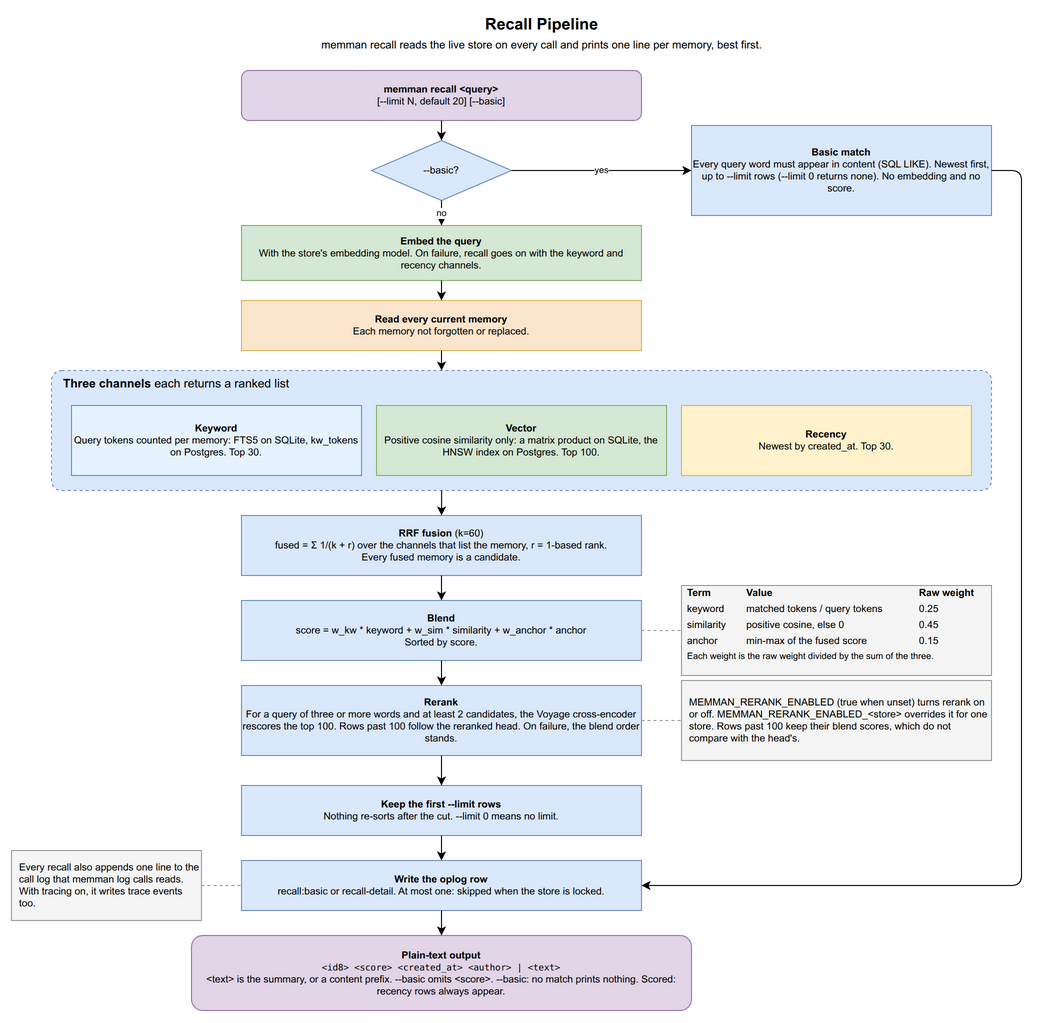
The draw.io diagram docs/diagrams/05-recall-pipeline.drawio.png in bissli/memman, before a commit. Source tidied: cells renumbered, new cells last; positions are measured from the earlier drawing's top-left corner, leaving out a move shared by most shapes.
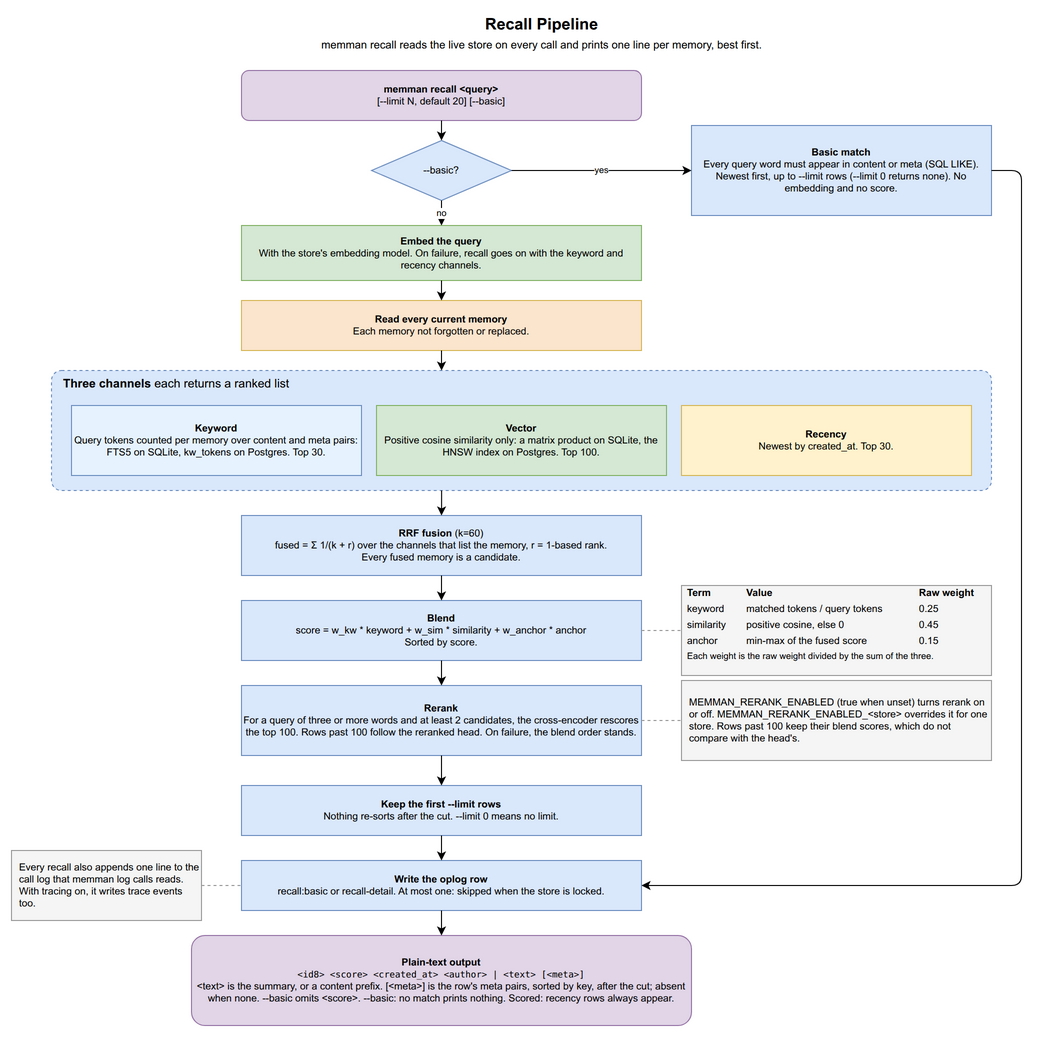
Later version of the same file.

Diff of the diagram source:
```diff
@@ -11,7 +11,7 @@
     <mxCell id="4" value="--basic?" style="rhombus;whiteSpace=wrap;html=1;fillColor=#dae8fc;strokeColor=#6c8ebf;fontSize=10;" parent="1" vertex="1">
       <mxGeometry x="360" y="130" width="140" height="60" as="geometry" />
     </mxCell>
-    <mxCell id="5" value="&lt;b&gt;Basic match&lt;/b&gt;&lt;br&gt;Every query word must appear in content (SQL LIKE). Newest first, up to --limit rows (--limit 0 returns none). No embedding and no score." style="rounded=0;whiteSpace=wrap;html=1;fillColor=#dae8fc;strokeColor=#6c8ebf;fontSize=10;" parent="1" vertex="1">
+    <mxCell id="5" value="&lt;b&gt;Basic match&lt;/b&gt;&lt;br&gt;Every query word must appear in content or meta (SQL LIKE). Newest first, up to --limit rows (--limit 0 returns none). No embedding and no score." style="rounded=0;whiteSpace=wrap;html=1;fillColor=#dae8fc;strokeColor=#6c8ebf;fontSize=10;" parent="1" vertex="1">
       <mxGeometry x="680" y="115" width="300" height="90" as="geometry" />
     </mxCell>
     <mxCell id="6" value="&lt;b&gt;Embed the query&lt;/b&gt;&lt;br&gt;With the store's embedding model. On failure, recall goes on with the keyword and recency channels." style="rounded=0;whiteSpace=wrap;html=1;fillColor=#d5e8d4;strokeColor=#82b366;fontSize=10;" parent="1" vertex="1">
@@ -23,7 +23,7 @@
     <mxCell id="8" value="&lt;b&gt;Three channels&lt;/b&gt;  each returns a ranked list" style="rounded=1;absoluteArcSize=1;arcSize=20;whiteSpace=wrap;html=1;fillColor=#dae8fc;strokeColor=#6c8ebf;verticalAlign=top;fontSize=12;align=left;spacingLeft=10;dashed=1;" parent="1" vertex="1">
       <mxGeometry x="40" y="360" width="940" height="120" as="geometry" />
     </mxCell>
-    <mxCell id="9" value="&lt;b&gt;Keyword&lt;/b&gt;&lt;br&gt;Query tokens counted per memory: FTS5 on SQLite, kw_tokens on Postgres. Top 30." style="rounded=0;whiteSpace=wrap;html=1;fillColor=#E6F3FF;strokeColor=#6c8ebf;fontSize=10;" parent="1" vertex="1">
+    <mxCell id="9" value="&lt;b&gt;Keyword&lt;/b&gt;&lt;br&gt;Query tokens counted per memory over content and meta pairs: FTS5 on SQLite, kw_tokens on Postgres. Top 30." style="rounded=0;whiteSpace=wrap;html=1;fillColor=#E6F3FF;strokeColor=#6c8ebf;fontSize=10;" parent="1" vertex="1">
       <mxGeometry x="60" y="395" width="290" height="70" as="geometry" />
     </mxCell>
     <mxCell id="10" value="&lt;b&gt;Vector&lt;/b&gt;&lt;br&gt;Positive cosine similarity only: a matrix product on SQLite, the HNSW index on Postgres. Top 100." style="rounded=0;whiteSpace=wrap;html=1;fillColor=#d5e8d4;strokeColor=#82b366;fontSize=10;" parent="1" vertex="1">
@@ -41,7 +41,7 @@
     <mxCell id="14" value="&lt;table style=&quot;font-size:10px; border-collapse:collapse; width:100%&quot;&gt;&lt;tr style=&quot;font-weight:bold;&quot;&gt;&lt;td style=&quot;padding:2px 6px;&quot;&gt;Term&lt;/td&gt;&lt;td style=&quot;padding:2px 6px;&quot;&gt;Value&lt;/td&gt;&lt;td style=&quot;padding:2px 6px;&quot;&gt;Raw weight&lt;/td&gt;&lt;/tr&gt;&lt;tr&gt;&lt;td style=&quot;padding:2px 6px;&quot;&gt;keyword&lt;/td&gt;&lt;td style=&quot;padding:2px 6px;&quot;&gt;matched tokens / query tokens&lt;/td&gt;&lt;td style=&quot;padding:2px 6px;&quot;&gt;0.25&lt;/td&gt;&lt;/tr&gt;&lt;tr&gt;&lt;td style=&quot;padding:2px 6px;&quot;&gt;similarity&lt;/td&gt;&lt;td style=&quot;padding:2px 6px;&quot;&gt;positive cosine, else 0&lt;/td&gt;&lt;td style=&quot;padding:2px 6px;&quot;&gt;0.45&lt;/td&gt;&lt;/tr&gt;&lt;tr&gt;&lt;td style=&quot;padding:2px 6px;&quot;&gt;anchor&lt;/td&gt;&lt;td style=&quot;padding:2px 6px;&quot;&gt;min-max of the fused score&lt;/td&gt;&lt;td style=&quot;padding:2px 6px;&quot;&gt;0.15&lt;/td&gt;&lt;/tr&gt;&lt;/table&gt;&lt;div style=&quot;font-size:9px; padding:2px 6px;&quot;&gt;Each weight is the raw weight divided by the sum of the three.&lt;/div&gt;" style="rounded=0;whiteSpace=wrap;html=1;fillColor=#f5f5f5;strokeColor=#999999;overflow=fill;verticalAlign=top;align=left;" parent="1" vertex="1">
       <mxGeometry x="670" y="575" width="310" height="90" as="geometry" />
     </mxCell>
-    <mxCell id="15" value="&lt;b&gt;Rerank&lt;/b&gt;&lt;br&gt;For a query of three or more words and at least 2 candidates, the Voyage cross-encoder rescores the top 100. Rows past 100 follow the reranked head. On failure, the blend order stands." style="rounded=0;whiteSpace=wrap;html=1;fillColor=#dae8fc;strokeColor=#6c8ebf;fontSize=10;" parent="1" vertex="1">
+    <mxCell id="15" value="&lt;b&gt;Rerank&lt;/b&gt;&lt;br&gt;For a query of three or more words and at least 2 candidates, the cross-encoder rescores the top 100. Rows past 100 follow the reranked head. On failure, the blend order stands." style="rounded=0;whiteSpace=wrap;html=1;fillColor=#dae8fc;strokeColor=#6c8ebf;fontSize=10;" parent="1" vertex="1">
       <mxGeometry x="230" y="675" width="400" height="70" as="geometry" />
     </mxCell>
     <mxCell id="16" value="MEMMAN_RERANK_ENABLED (true when unset) turns rerank on or off. MEMMAN_RERANK_ENABLED_&amp;lt;store&amp;gt; overrides it for one store. Rows past 100 keep their blend scores, which do not compare with the head's." style="rounded=0;whiteSpace=wrap;html=1;fillColor=#f5f5f5;strokeColor=#999999;fontSize=10;align=left;spacingLeft=6;" parent="1" vertex="1">
@@ -56,8 +56,8 @@
     <mxCell id="19" value="Every recall also appends one line to the call log that memman log calls reads. With tracing on, it writes trace events too." style="rounded=0;whiteSpace=wrap;html=1;fillColor=#f5f5f5;strokeColor=#999999;fontSize=10;align=left;spacingLeft=6;" parent="1" vertex="1">
       <mxGeometry y="840" width="190" height="70" as="geometry" />
     </mxCell>
-    <mxCell id="20" value="&lt;b&gt;Plain-text output&lt;/b&gt;&lt;br&gt;&lt;font style=&quot;font-family:monospace;font-size:9px&quot;&gt;&amp;lt;id8&amp;gt; &amp;lt;score&amp;gt; &amp;lt;created_at&amp;gt; &amp;lt;author&amp;gt; | &amp;lt;text&amp;gt;&lt;/font&gt;&lt;br&gt;&amp;lt;text&amp;gt; is the summary, or a content prefix. --basic omits &amp;lt;score&amp;gt;. --basic: no match prints nothing. Scored: recency rows always appear." style="rounded=1;whiteSpace=wrap;html=1;fillColor=#e1d5e7;strokeColor=#9673a6;fontSize=10;" parent="1" vertex="1">
-      <mxGeometry x="180" y="925" width="500" height="75" as="geometry" />
+    <mxCell id="20" value="&lt;b&gt;Plain-text output&lt;/b&gt;&lt;br&gt;&lt;font style=&quot;font-family:monospace;font-size:9px&quot;&gt;&amp;lt;id8&amp;gt; &amp;lt;score&amp;gt; &amp;lt;created_at&amp;gt; &amp;lt;author&amp;gt; | &amp;lt;text&amp;gt; [&amp;lt;meta&amp;gt;]&lt;/font&gt;&lt;br&gt;&amp;lt;text&amp;gt; is the summary, or a content prefix. [&amp;lt;meta&amp;gt;] is the row's meta pairs, sorted by key, after the cut; absent when none. --basic omits &amp;lt;score&amp;gt;. --basic: no match prints nothing. Scored: recency rows always appear." style="rounded=1;whiteSpace=wrap;html=1;fillColor=#e1d5e7;strokeColor=#9673a6;fontSize=10;" parent="1" vertex="1">
+      <mxGeometry x="180" y="925" width="500" height="90" as="geometry" />
     </mxCell>
     <mxCell id="21" style="edgeStyle=orthogonalEdgeStyle;rounded=1;html=1;" parent="1" edge="1" source="3" target="4">
       <mxGeometry relative="1" as="geometry" />
```
